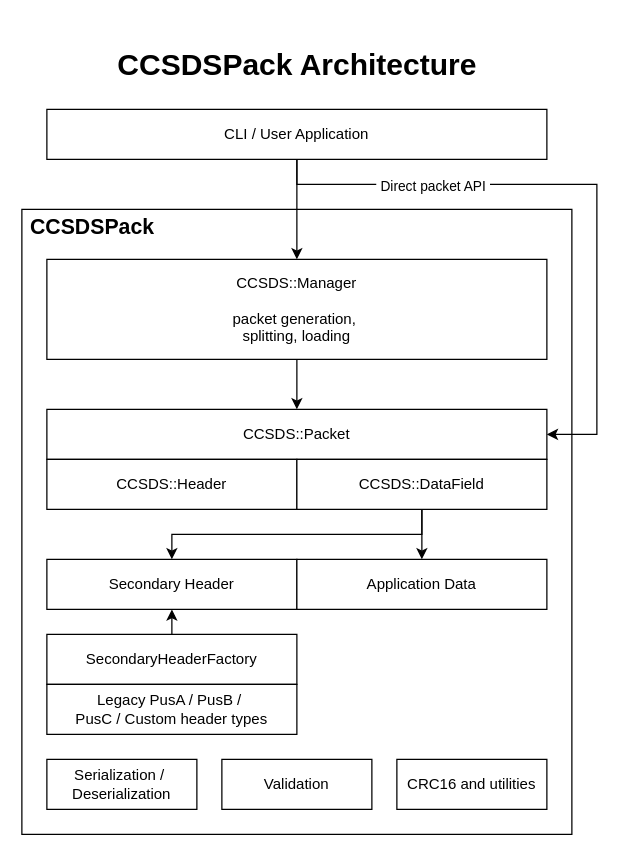
Before: docs/imgs/CCSDSPack_architecture.drawio in ExoSpaceLabs/CCSDSPack, a draw.io diagram. Source tidied: cells renumbered, new cells numbered last; positions are measured from the earlier drawing's top-left corner, leaving out a move shared by most shapes. Both pictures are drawn from the tidied source at 125%, with x=0, y=0 at pixel (21, 21).
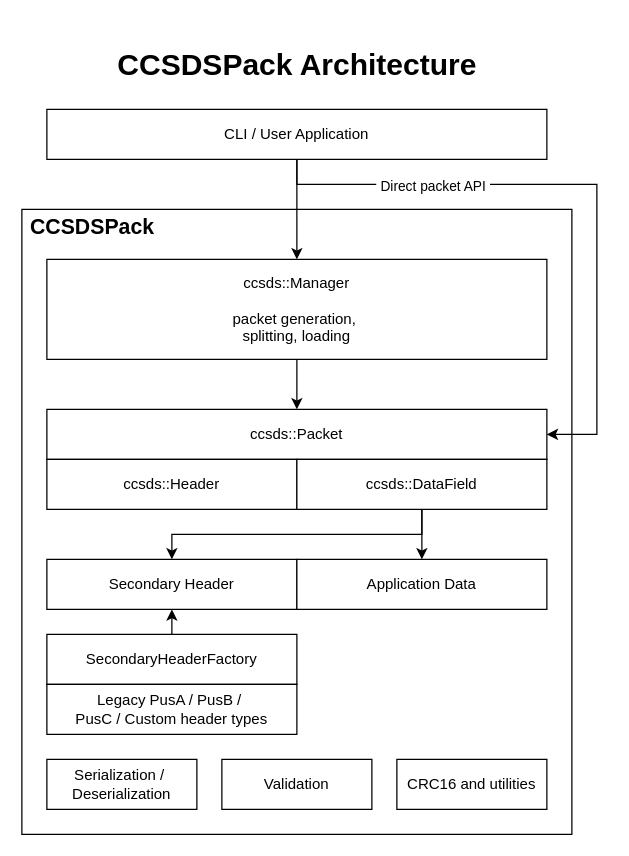
After the change.

The edit, as a diff of the source:
```diff
@@
-    <mxCell id="8" value="&lt;div&gt;CCSDS::Manager&lt;/div&gt;&lt;div&gt;&lt;br&gt;&lt;/div&gt;&lt;div&gt;packet generation,&amp;nbsp;&lt;/div&gt;&lt;div&gt;splitting, loading&lt;/div&gt;" style="rounded=0;whiteSpace=wrap;html=1;" parent="1" vertex="1">
+    <mxCell id="8" value="&lt;div&gt;ccsds::Manager&lt;/div&gt;&lt;div&gt;&lt;br&gt;&lt;/div&gt;&lt;div&gt;packet generation,&amp;nbsp;&lt;/div&gt;&lt;div&gt;splitting, loading&lt;/div&gt;" style="rounded=0;whiteSpace=wrap;html=1;" parent="1" vertex="1">
       <mxGeometry x="20" y="190" width="400" height="80" as="geometry" />
     </mxCell>
-    <mxCell id="9" value="CCSDS::Packet" style="rounded=0;whiteSpace=wrap;html=1;" parent="1" vertex="1">
+    <mxCell id="9" value="ccsds::Packet" style="rounded=0;whiteSpace=wrap;html=1;" parent="1" vertex="1">
       <mxGeometry x="20" y="310" width="400" height="40" as="geometry" />
     </mxCell>
-    <mxCell id="10" value="CCSDS::Header" style="rounded=0;whiteSpace=wrap;html=1;" parent="1" vertex="1">
+    <mxCell id="10" value="ccsds::Header" style="rounded=0;whiteSpace=wrap;html=1;" parent="1" vertex="1">
       <mxGeometry x="20" y="350" width="200" height="40" as="geometry" />
     </mxCell>
@@
-    <mxCell id="13" value="CCSDS::DataField" style="rounded=0;whiteSpace=wrap;html=1;" parent="1" vertex="1">
+    <mxCell id="13" value="ccsds::DataField" style="rounded=0;whiteSpace=wrap;html=1;" parent="1" vertex="1">
       <mxGeometry x="220" y="350" width="200" height="40" as="geometry" />
     </mxCell>
```
